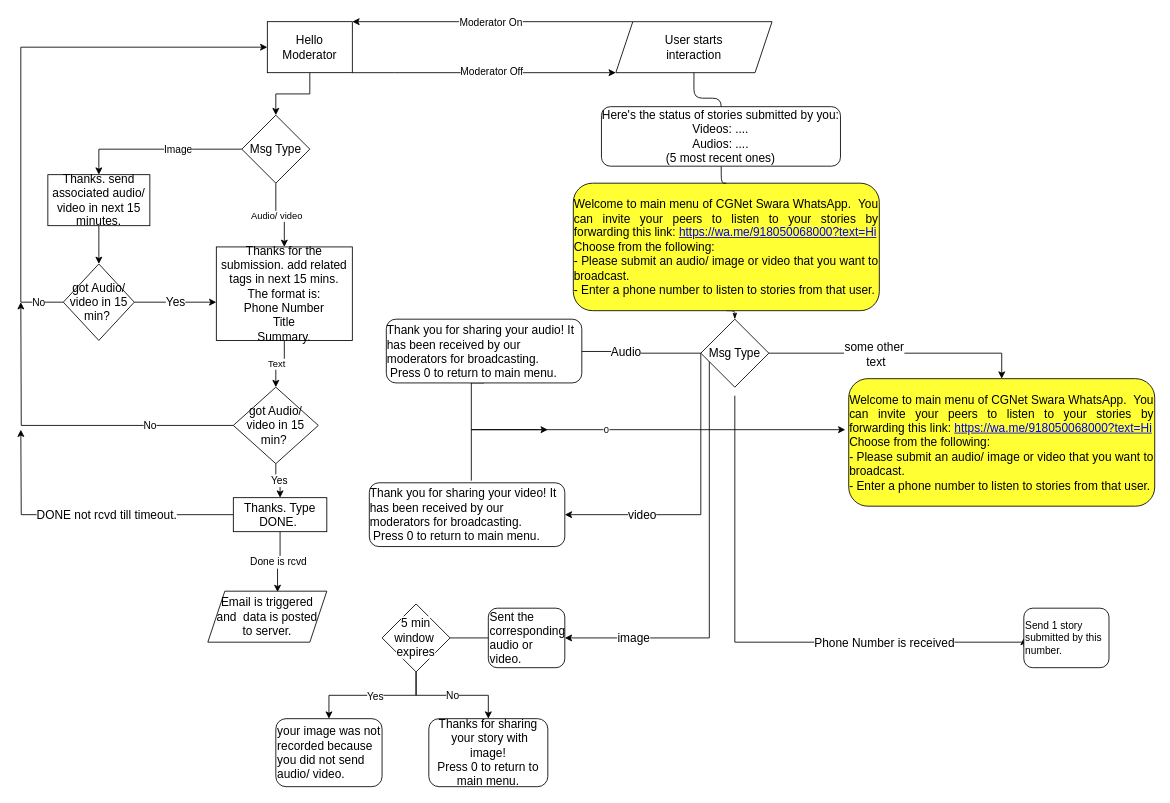
This is page "5 may" (6 of 6) of DisseminationFlow.drawio from PriyankaVerma98/CGNetSwara-WhatsApp, a draw.io file, before an edit. Source tidied: cells renumbered, new cells numbered last; positions are measured from the earlier drawing's top-left corner, leaving out a move shared by most shapes. Both pictures are drawn from the tidied source at 85%, with x=0, y=0 at pixel (20, 21).
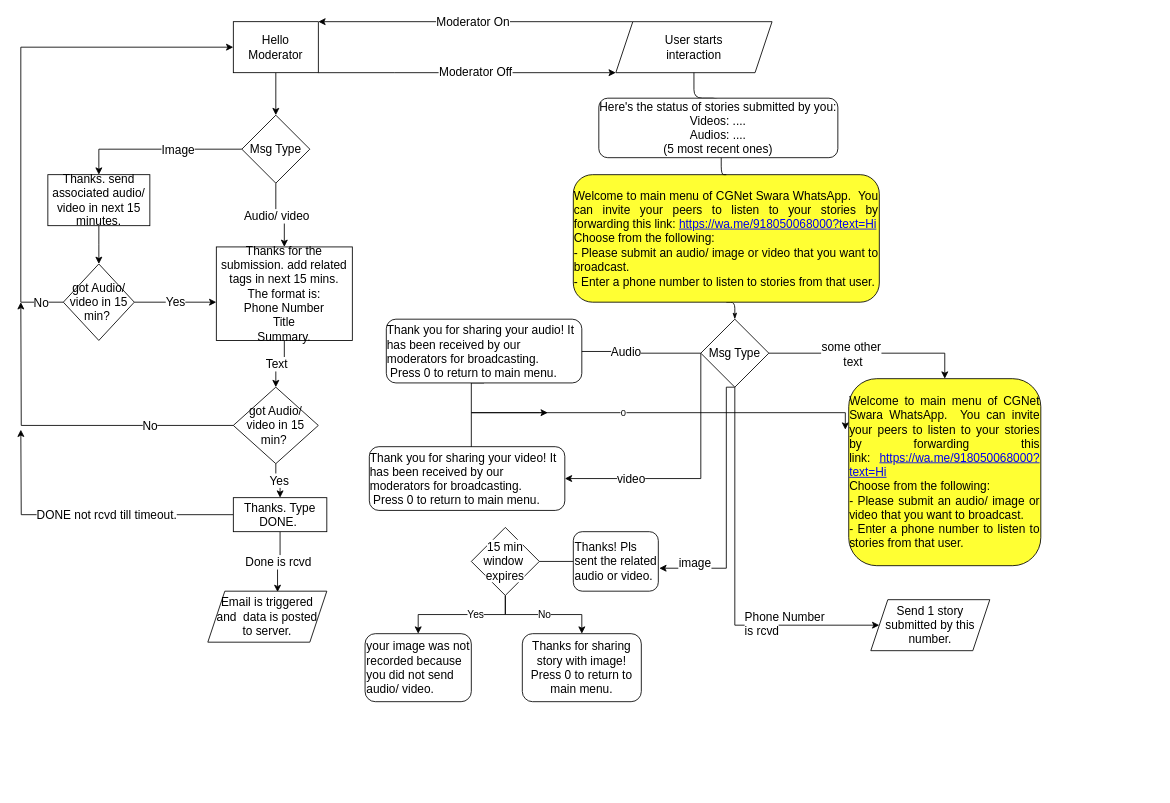
The same page after the edit.

The change refers to these unchanged cells:
```xml
<mxCell id="2" style="edgeStyle=orthogonalEdgeStyle;rounded=0;jettySize=auto;html=1;" parent="1" edge="1" source="4" target="37">
  <mxGeometry relative="1" as="geometry">
    <Array as="points">
      <mxPoint x="520" />
      <mxPoint x="520" />
    </Array>
  </mxGeometry>
</mxCell>
<mxCell id="15" value="&lt;font style=&quot;font-size: 14px&quot;&gt;Msg Type&lt;/font&gt;" style="rhombus;whiteSpace=wrap;html=1;" parent="1" vertex="1">
  <mxGeometry x="800" y="350" width="80" height="80" as="geometry" />
</mxCell>
<mxCell id="19" value="&lt;p&gt;&lt;/p&gt;&lt;div&gt;&lt;div style=&quot;text-align: left&quot;&gt;&lt;font face=&quot;Helvetica&quot; style=&quot;font-size: 14px&quot;&gt;Thank you for sharing&amp;nbsp;your audio! It has been received by our moderators for broadcasting.&amp;nbsp;&lt;/font&gt;&lt;/div&gt;&lt;div style=&quot;text-align: left&quot;&gt;&lt;font face=&quot;Helvetica&quot; style=&quot;font-size: 14px&quot;&gt;&amp;nbsp;Press 0 to return to main menu.&amp;nbsp;&lt;/font&gt;&lt;/div&gt;&lt;/div&gt;&lt;p&gt;&lt;/p&gt;" style="rounded=1;whiteSpace=wrap;html=1;shadow=0;labelBackgroundColor=none;strokeWidth=1;fontFamily=Verdana;fontSize=8;align=center;" parent="1" vertex="1">
  <mxGeometry x="430" y="350" width="230" height="75" as="geometry" />
</mxCell>
<mxCell id="21" style="edgeStyle=orthogonalEdgeStyle;rounded=0;jettySize=auto;html=1;startArrow=none;" parent="1" edge="1" source="27" target="25">
  <mxGeometry relative="1" as="geometry" />
</mxCell>
<mxCell id="34" style="edgeStyle=orthogonalEdgeStyle;rounded=0;jettySize=auto;html=1;exitX=1;exitY=1;exitDx=0;exitDy=0;" parent="1" edge="1" source="37" target="4">
  <mxGeometry relative="1" as="geometry">
    <Array as="points">
      <mxPoint x="440" y="60" />
      <mxPoint x="440" y="60" />
    </Array>
  </mxGeometry>
</mxCell>
<mxCell id="38" style="edgeStyle=orthogonalEdgeStyle;rounded=0;jettySize=auto;html=1;" parent="1" edge="1" source="42" target="45">
  <mxGeometry relative="1" as="geometry" />
</mxCell>
<mxCell id="40" style="edgeStyle=orthogonalEdgeStyle;rounded=0;jettySize=auto;html=1;entryX=0.5;entryY=0;entryDx=0;entryDy=0;" parent="1" edge="1" source="42" target="48">
  <mxGeometry relative="1" as="geometry" />
</mxCell>
<mxCell id="43" style="edgeStyle=orthogonalEdgeStyle;rounded=0;jettySize=auto;html=1;entryX=0.5;entryY=0;entryDx=0;entryDy=0;" parent="1" edge="1" source="45" target="61">
  <mxGeometry relative="1" as="geometry" />
</mxCell>
<mxCell id="49" style="edgeStyle=orthogonalEdgeStyle;rounded=0;jettySize=auto;html=1;entryX=0.586;entryY=0.017;entryDx=0;entryDy=0;entryPerimeter=0;" parent="1" edge="1" source="53" target="62">
  <mxGeometry relative="1" as="geometry" />
</mxCell>
<mxCell id="54" style="edgeStyle=orthogonalEdgeStyle;rounded=0;jettySize=auto;html=1;exitX=0;exitY=0.5;exitDx=0;exitDy=0;entryX=0;entryY=0.5;entryDx=0;entryDy=0;" parent="1" edge="1" source="56" target="37">
  <mxGeometry relative="1" as="geometry">
    <Array as="points">
      <mxPoint y="330" />
      <mxPoint y="30" />
    </Array>
  </mxGeometry>
</mxCell>
<mxCell id="57" style="edgeStyle=orthogonalEdgeStyle;rounded=0;jettySize=auto;html=1;" parent="1" edge="1" source="61">
  <mxGeometry relative="1" as="geometry">
    <mxPoint y="330" as="targetPoint" />
  </mxGeometry>
</mxCell>
<mxCell id="59" style="edgeStyle=orthogonalEdgeStyle;rounded=0;jettySize=auto;html=1;exitX=0.5;exitY=1;exitDx=0;exitDy=0;entryX=0.5;entryY=0;entryDx=0;entryDy=0;" parent="1" edge="1" source="61" target="53">
  <mxGeometry relative="1" as="geometry" />
</mxCell>
```

Diff of the diagram source:
```diff
@@
-    <mxCell id="3" value="&lt;font style=&quot;font-size: 12px&quot;&gt;Moderator On&lt;/font&gt;" style="edgeLabel;html=1;align=center;verticalAlign=middle;" parent="2" vertex="1">
+    <mxCell id="3" value="&lt;font style=&quot;font-size: 14px&quot;&gt;Moderator On&lt;/font&gt;" style="edgeLabel;html=1;align=center;verticalAlign=middle;" parent="2" vertex="1">
       <mxGeometry x="0.02" relative="1" as="geometry" />
     </mxCell>
@@
     <mxCell id="9" style="edgeStyle=orthogonalEdgeStyle;rounded=0;jettySize=auto;html=1;exitX=0;exitY=0.5;exitDx=0;exitDy=0;entryX=1;entryY=0.5;entryDx=0;entryDy=0;" parent="1" edge="1" source="15" target="64">
       <mxGeometry relative="1" as="geometry">
         <Array as="points">
-          <mxPoint x="800" y="580" />
+          <mxPoint x="800" y="538" />
         </Array>
       </mxGeometry>
     </mxCell>
@@
-    <mxCell id="11" style="edgeStyle=orthogonalEdgeStyle;rounded=0;jettySize=auto;html=1;entryX=1;entryY=0.5;entryDx=0;entryDy=0;" parent="1" edge="1" target="23">
+    <mxCell id="11" style="edgeStyle=orthogonalEdgeStyle;rounded=0;jettySize=auto;html=1;entryX=1.011;entryY=0.614;entryDx=0;entryDy=0;entryPerimeter=0;exitX=0.5;exitY=1;exitDx=0;exitDy=0;" parent="1" edge="1" source="15" target="23">
       <mxGeometry relative="1" as="geometry">
-        <mxPoint x="800" y="390" as="sourcePoint" />
         <Array as="points">
-          <mxPoint x="810" y="390" />
-          <mxPoint x="810" y="725" />
+          <mxPoint x="830" y="430" />
+          <mxPoint x="830" y="643" />
         </Array>
       </mxGeometry>
     </mxCell>
     <mxCell id="12" value="&lt;font style=&quot;font-size: 14px&quot;&gt;image&lt;/font&gt;" style="edgeLabel;html=1;align=center;verticalAlign=middle;" parent="11" vertex="1">
       <mxGeometry x="-0.39" y="3" relative="1" as="geometry">
-        <mxPoint x="-93" y="187" as="offset" />
+        <mxPoint x="-41" y="124" as="offset" />
       </mxGeometry>
     </mxCell>
-    <mxCell id="13" style="edgeStyle=orthogonalEdgeStyle;rounded=0;jettySize=auto;html=1;entryX=0;entryY=0.5;entryDx=0;entryDy=0;" parent="1" edge="1" target="33">
-      <mxGeometry relative="1" as="geometry">
-        <mxPoint x="840" y="440" as="sourcePoint" />
-        <Array as="points">
-          <mxPoint x="840" y="730" />
-          <mxPoint x="1181" y="730" />
-          <mxPoint x="1181" y="735" />
-        </Array>
-      </mxGeometry>
-    </mxCell>
-    <mxCell id="14" value="&lt;font style=&quot;font-size: 14px&quot;&gt;Phone Number is received&lt;/font&gt;" style="edgeLabel;html=1;align=center;verticalAlign=middle;" parent="13" vertex="1">
-      <mxGeometry x="0.42" y="-2" relative="1" as="geometry">
-        <mxPoint x="6" y="-2" as="offset" />
-      </mxGeometry>
-    </mxCell>
+    <mxCell id="65" style="edgeStyle=orthogonalEdgeStyle;rounded=0;jettySize=auto;html=1;exitX=0.5;exitY=1;exitDx=0;exitDy=0;entryX=0;entryY=0.5;entryDx=0;entryDy=0;" parent="1" edge="1" source="15" target="33">
+      <mxGeometry relative="1" as="geometry">
+        <Array as="points">
+          <mxPoint x="840" y="710" />
+        </Array>
+      </mxGeometry>
+    </mxCell>
@@
     <mxCell id="17" style="edgeStyle=orthogonalEdgeStyle;rounded=0;jettySize=auto;html=1;exitX=0.5;exitY=1;exitDx=0;exitDy=0;" parent="1" edge="1" source="19">
       <mxGeometry relative="1" as="geometry">
         <mxPoint x="970" y="480" as="targetPoint" />
         <Array as="points">
-          <mxPoint x="530" y="480" />
+          <mxPoint x="530" y="425" />
+          <mxPoint x="530" y="460" />
+          <mxPoint x="970" y="460" />
         </Array>
       </mxGeometry>
     </mxCell>
@@
     <mxCell id="20" style="edgeStyle=orthogonalEdgeStyle;rounded=0;orthogonalLoop=1;jettySize=auto;html=1;" parent="1" edge="1">
       <mxGeometry relative="1" as="geometry">
-        <mxPoint x="530" y="540" as="sourcePoint" />
-        <mxPoint x="620" y="480" as="targetPoint" />
+        <mxPoint x="530" y="520" as="sourcePoint" />
+        <mxPoint x="620" y="460" as="targetPoint" />
         <Array as="points">
-          <mxPoint x="530" y="480" />
-          <mxPoint x="610" y="480" />
+          <mxPoint x="530" y="460" />
+          <mxPoint x="610" y="460" />
         </Array>
       </mxGeometry>
     </mxCell>
@@
     <mxCell id="22" value="&lt;font style=&quot;font-size: 12px&quot;&gt;Yes&lt;/font&gt;" style="edgeLabel;html=1;align=center;verticalAlign=middle;" parent="21" vertex="1">
-      <mxGeometry x="-0.03" y="1" relative="1" as="geometry" />
+      <mxGeometry x="-0.03" y="1" relative="1" as="geometry">
+        <mxPoint x="14" y="-1" as="offset" />
+      </mxGeometry>
     </mxCell>
-    <mxCell id="23" value="&lt;font style=&quot;font-size: 14px&quot;&gt;Sent the corresponding audio or video.&lt;/font&gt;" style="rounded=1;whiteSpace=wrap;html=1;align=left;" parent="1" vertex="1">
-      <mxGeometry x="550" y="690" width="90" height="70" as="geometry" />
+    <mxCell id="23" value="&lt;font style=&quot;font-size: 14px&quot;&gt;Thanks! Pls sent the related audio or video.&lt;/font&gt;" style="rounded=1;whiteSpace=wrap;html=1;align=left;" parent="1" vertex="1">
+      <mxGeometry x="650" y="600" width="100" height="70" as="geometry" />
     </mxCell>
@@
     <mxCell id="25" value="&lt;font style=&quot;font-size: 14px&quot;&gt;your image was not recorded because you did not send audio/ video.&lt;/font&gt;" style="rounded=1;whiteSpace=wrap;html=1;align=left;" parent="1" vertex="1">
-      <mxGeometry x="300" y="820" width="125" height="80" as="geometry" />
+      <mxGeometry x="405" y="720" width="125" height="80" as="geometry" />
     </mxCell>
@@
-    <mxCell id="27" value="&lt;font style=&quot;font-size: 14px&quot;&gt;&lt;span style=&quot;background-color: rgb(255 , 255 , 255)&quot;&gt;5 min window&amp;nbsp;&lt;/span&gt;&lt;br style=&quot;background-color: rgb(255 , 255 , 255)&quot;&gt;&lt;span style=&quot;background-color: rgb(255 , 255 , 255)&quot;&gt;expires&lt;/span&gt;&lt;/font&gt;" style="rhombus;whiteSpace=wrap;html=1;" parent="1" vertex="1">
-      <mxGeometry x="425" y="685" width="80" height="80" as="geometry" />
+    <mxCell id="27" value="&lt;font style=&quot;font-size: 14px&quot;&gt;&lt;span style=&quot;background-color: rgb(255 , 255 , 255)&quot;&gt;15 min window&amp;nbsp;&lt;/span&gt;&lt;br style=&quot;background-color: rgb(255 , 255 , 255)&quot;&gt;&lt;span style=&quot;background-color: rgb(255 , 255 , 255)&quot;&gt;expires&lt;/span&gt;&lt;/font&gt;" style="rhombus;whiteSpace=wrap;html=1;" parent="1" vertex="1">
+      <mxGeometry x="530" y="595" width="80" height="80" as="geometry" />
     </mxCell>
-    <mxCell id="28" style="edgeStyle=orthogonalEdgeStyle;rounded=0;jettySize=auto;html=1;endArrow=none;" parent="1" edge="1" source="23" target="27">
+    <mxCell id="28" style="edgeStyle=orthogonalEdgeStyle;rounded=0;jettySize=auto;html=1;endArrow=none;entryX=1;entryY=0.5;entryDx=0;entryDy=0;" parent="1" edge="1" source="23" target="27">
       <mxGeometry relative="1" as="geometry" />
     </mxCell>
-    <mxCell id="29" value="&lt;font style=&quot;font-size: 14px&quot;&gt;Thanks for sharing &amp;nbsp;your story with image!&lt;br&gt;Press 0 to return to main menu.&lt;/font&gt;" style="rounded=1;whiteSpace=wrap;html=1;" parent="1" vertex="1">
-      <mxGeometry x="480" y="820" width="140" height="80" as="geometry" />
+    <mxCell id="29" value="&lt;font style=&quot;font-size: 14px&quot;&gt;Thanks for sharing story with image!&lt;br&gt;Press 0 to return to main menu.&lt;/font&gt;" style="rounded=1;whiteSpace=wrap;html=1;" parent="1" vertex="1">
+      <mxGeometry x="590" y="720" width="140" height="80" as="geometry" />
     </mxCell>
     <mxCell id="30" value="&lt;div style=&quot;text-align: justify&quot;&gt;&lt;div style=&quot;text-align: justify&quot;&gt;&lt;div&gt;&lt;font style=&quot;font-size: 14px&quot;&gt;&lt;span style=&quot;text-align: center&quot;&gt;Welcome to main menu of CGNet Swara WhatsApp. &amp;nbsp;&lt;/span&gt;&lt;span style=&quot;text-align: center&quot;&gt;You can invite your peers to listen to your stories by forwarding this link:&amp;nbsp;&lt;/span&gt;&lt;a href=&quot;https://wa.me/918050068000?text=Hi&quot;&gt;https://wa.me/918050068000?text=Hi&lt;/a&gt;&lt;/font&gt;&lt;/div&gt;&lt;div&gt;&lt;font style=&quot;font-size: 14px&quot;&gt;&lt;span style=&quot;text-align: center&quot;&gt;Choose from the following:&lt;/span&gt;&lt;br&gt;&lt;/font&gt;&lt;/div&gt;&lt;div&gt;&lt;span style=&quot;text-align: center&quot;&gt;&lt;font style=&quot;font-size: 14px&quot;&gt;- Please submit an audio/ image or video that you want to broadcast.&lt;/font&gt;&lt;/span&gt;&lt;/div&gt;&lt;div&gt;&lt;font style=&quot;font-size: 14px&quot;&gt;- Enter a phone number to listen to stories from that user.&lt;/font&gt;&lt;/div&gt;&lt;/div&gt;&lt;/div&gt;" style="rounded=1;whiteSpace=wrap;html=1;fillColor=#FFFF33;" parent="1" vertex="1">
-      <mxGeometry x="650" y="190" width="360" height="150" as="geometry" />
+      <mxGeometry x="650" y="180" width="360" height="150" as="geometry" />
     </mxCell>
@@
     <mxCell id="32" value="&lt;font style=&quot;font-size: 14px&quot;&gt;Here's the status of stories submitted by you:&lt;br&gt;Videos: ....&lt;br&gt;Audios: ....&lt;br&gt;(5 most recent ones)&lt;/font&gt;" style="rounded=1;whiteSpace=wrap;html=1;" parent="1" vertex="1">
-      <mxGeometry x="683.1" y="100" width="281.2" height="70" as="geometry" />
+      <mxGeometry x="680" y="90" width="281.2" height="70" as="geometry" />
     </mxCell>
-    <mxCell id="33" value="Send 1 story submitted by this number." style="rounded=1;whiteSpace=wrap;html=1;align=left;" parent="1" vertex="1">
-      <mxGeometry x="1180" y="690" width="100.2" height="70" as="geometry" />
-    </mxCell>
@@
-    <mxCell id="35" value="&lt;font style=&quot;font-size: 12px&quot;&gt;Moderator Off&lt;/font&gt;" style="edgeLabel;html=1;align=center;verticalAlign=middle;" parent="34" vertex="1">
+    <mxCell id="35" value="&lt;font style=&quot;font-size: 14px&quot;&gt;Moderator Off&lt;/font&gt;" style="edgeLabel;html=1;align=center;verticalAlign=middle;" parent="34" vertex="1">
       <mxGeometry x="0.05" y="2" relative="1" as="geometry" />
     </mxCell>
@@
     <mxCell id="37" value="&lt;font style=&quot;font-size: 14px&quot;&gt;Hello Moderator&lt;/font&gt;" style="whiteSpace=wrap;html=1;" parent="1" vertex="1">
-      <mxGeometry x="290" width="100" height="60" as="geometry" />
+      <mxGeometry x="250" width="100" height="60" as="geometry" />
     </mxCell>
@@
-    <mxCell id="39" value="Audio/ video" style="edgeLabel;html=1;align=center;verticalAlign=middle;" parent="38" vertex="1">
+    <mxCell id="39" value="&lt;font style=&quot;font-size: 14px&quot;&gt;Audio/ video&lt;/font&gt;" style="edgeLabel;html=1;align=center;verticalAlign=middle;" parent="38" vertex="1">
       <mxGeometry x="-0.1" y="-1" relative="1" as="geometry" />
     </mxCell>
@@
-    <mxCell id="41" value="&lt;font style=&quot;font-size: 12px&quot;&gt;Image&lt;/font&gt;" style="edgeLabel;html=1;align=center;verticalAlign=middle;" parent="40" vertex="1">
+    <mxCell id="41" value="&lt;font style=&quot;font-size: 14px&quot;&gt;Image&lt;/font&gt;" style="edgeLabel;html=1;align=center;verticalAlign=middle;" parent="40" vertex="1">
       <mxGeometry x="-0.33" y="3" relative="1" as="geometry">
         <mxPoint x="-10" y="-3" as="offset" />
       </mxGeometry>
     </mxCell>
@@
-    <mxCell id="44" value="Text" style="edgeLabel;html=1;align=center;verticalAlign=middle;" parent="43" vertex="1">
+    <mxCell id="44" value="&lt;font style=&quot;font-size: 14px&quot;&gt;Text&lt;/font&gt;" style="edgeLabel;html=1;align=center;verticalAlign=middle;" parent="43" vertex="1">
       <mxGeometry x="0.15" relative="1" as="geometry" />
     </mxCell>
@@
-    <mxCell id="50" value="&lt;font style=&quot;font-size: 12px&quot;&gt;Done is rcvd&lt;/font&gt;" style="edgeLabel;html=1;align=center;verticalAlign=middle;" parent="49" vertex="1">
+    <mxCell id="50" value="&lt;font style=&quot;font-size: 14px&quot;&gt;Done is rcvd&lt;/font&gt;" style="edgeLabel;html=1;align=center;verticalAlign=middle;" parent="49" vertex="1">
       <mxGeometry x="0.04" relative="1" as="geometry" />
     </mxCell>
@@
-    <mxCell id="55" value="&lt;font style=&quot;font-size: 12px&quot;&gt;No&lt;/font&gt;" style="edgeLabel;html=1;align=center;verticalAlign=middle;" parent="54" vertex="1">
+    <mxCell id="55" value="&lt;font style=&quot;font-size: 14px&quot;&gt;No&lt;/font&gt;" style="edgeLabel;html=1;align=center;verticalAlign=middle;" parent="54" vertex="1">
       <mxGeometry x="-0.85" relative="1" as="geometry">
         <mxPoint x="18" as="offset" />
       </mxGeometry>
     </mxCell>
@@
-    <mxCell id="58" value="&lt;font style=&quot;font-size: 12px&quot;&gt;No&lt;/font&gt;" style="edgeLabel;html=1;align=center;verticalAlign=middle;" parent="57" vertex="1">
+    <mxCell id="58" value="&lt;font style=&quot;font-size: 14px&quot;&gt;No&lt;/font&gt;" style="edgeLabel;html=1;align=center;verticalAlign=middle;" parent="57" vertex="1">
       <mxGeometry x="-0.49" y="5" relative="1" as="geometry">
         <mxPoint x="2" y="-5" as="offset" />
       </mxGeometry>
     </mxCell>
@@
-    <mxCell id="60" value="&lt;font style=&quot;font-size: 12px&quot;&gt;Yes&lt;/font&gt;" style="edgeLabel;html=1;align=center;verticalAlign=middle;" parent="59" vertex="1">
+    <mxCell id="60" value="&lt;font style=&quot;font-size: 14px&quot;&gt;Yes&lt;/font&gt;" style="edgeLabel;html=1;align=center;verticalAlign=middle;" parent="59" vertex="1">
       <mxGeometry y="1" relative="1" as="geometry" />
     </mxCell>
@@
     <mxCell id="63" value="&lt;div style=&quot;text-align: justify&quot;&gt;&lt;div style=&quot;text-align: justify&quot;&gt;&lt;div&gt;&lt;font style=&quot;font-size: 14px&quot;&gt;&lt;span style=&quot;text-align: center&quot;&gt;Welcome to main menu of CGNet Swara WhatsApp. &amp;nbsp;&lt;/span&gt;&lt;span style=&quot;text-align: center&quot;&gt;You can invite your peers to listen to your stories by forwarding this link:&amp;nbsp;&lt;/span&gt;&lt;a href=&quot;https://wa.me/918050068000?text=Hi&quot;&gt;https://wa.me/918050068000?text=Hi&lt;/a&gt;&lt;/font&gt;&lt;/div&gt;&lt;div&gt;&lt;font style=&quot;font-size: 14px&quot;&gt;&lt;span style=&quot;text-align: center&quot;&gt;Choose from the following:&lt;/span&gt;&lt;br&gt;&lt;/font&gt;&lt;/div&gt;&lt;div&gt;&lt;span style=&quot;text-align: center&quot;&gt;&lt;font style=&quot;font-size: 14px&quot;&gt;- Please submit an audio/ image or video that you want to broadcast.&lt;/font&gt;&lt;/span&gt;&lt;/div&gt;&lt;div&gt;&lt;font style=&quot;font-size: 14px&quot;&gt;- Enter a phone number to listen to stories from that user.&lt;/font&gt;&lt;/div&gt;&lt;/div&gt;&lt;/div&gt;" style="rounded=1;whiteSpace=wrap;html=1;fillColor=#FFFF33;" parent="1" vertex="1">
-      <mxGeometry x="974" y="420" width="360" height="150" as="geometry" />
+      <mxGeometry x="974" y="420" width="226" height="220" as="geometry" />
     </mxCell>
     <mxCell id="64" value="&lt;p&gt;&lt;/p&gt;&lt;div&gt;&lt;div style=&quot;text-align: left&quot;&gt;&lt;font face=&quot;Helvetica&quot; style=&quot;font-size: 14px&quot;&gt;Thank you for sharing&amp;nbsp;your video! It has been received by our moderators for broadcasting.&amp;nbsp;&lt;/font&gt;&lt;/div&gt;&lt;div style=&quot;text-align: left&quot;&gt;&lt;font face=&quot;Helvetica&quot; style=&quot;font-size: 14px&quot;&gt;&amp;nbsp;Press 0 to return to main menu.&amp;nbsp;&lt;/font&gt;&lt;/div&gt;&lt;/div&gt;&lt;p&gt;&lt;/p&gt;" style="rounded=1;whiteSpace=wrap;html=1;shadow=0;labelBackgroundColor=none;strokeWidth=1;fontFamily=Verdana;fontSize=8;align=center;" parent="1" vertex="1">
-      <mxGeometry x="410" y="542.5" width="230" height="75" as="geometry" />
+      <mxGeometry x="410" y="500" width="230" height="75" as="geometry" />
     </mxCell>
+    <mxCell id="33" value="&lt;span style=&quot;font-size: 14px ; text-align: left&quot;&gt;Send 1 story submitted by this number.&lt;/span&gt;" style="shape=parallelogram;perimeter=parallelogramPerimeter;whiteSpace=wrap;html=1;fixedSize=1;" parent="1" vertex="1">
+      <mxGeometry x="1000" y="680" width="140" height="60" as="geometry" />
+    </mxCell>
+    <mxCell id="66" value="&lt;span style=&quot;color: rgb(0 , 0 , 0) ; font-family: &amp;#34;helvetica&amp;#34; ; font-size: 14px ; font-style: normal ; font-weight: normal ; letter-spacing: normal ; text-align: center ; text-indent: 0px ; text-transform: none ; word-spacing: 0px ; background-color: rgb(255 , 255 , 255) ; text-decoration: none ; display: inline ; float: none&quot;&gt;Phone Number &lt;br&gt;is rcvd&lt;/span&gt;" style="text;whiteSpace=wrap;html=1;" parent="1" vertex="1">
+      <mxGeometry x="850" y="685" width="160" height="30" as="geometry" />
+    </mxCell>
```
